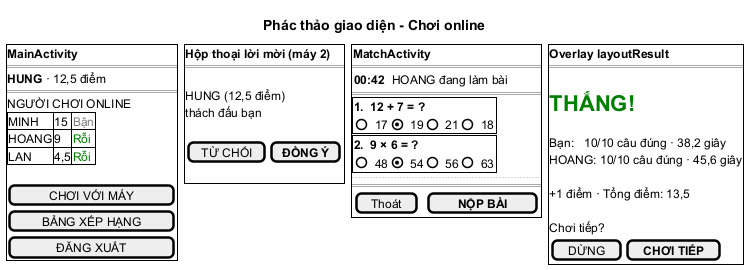
HungNguyenBa1811/math-dash keeps this PlantUML diagram as docs/hung/giao-dien-uc03.png. Above is the earlier version.
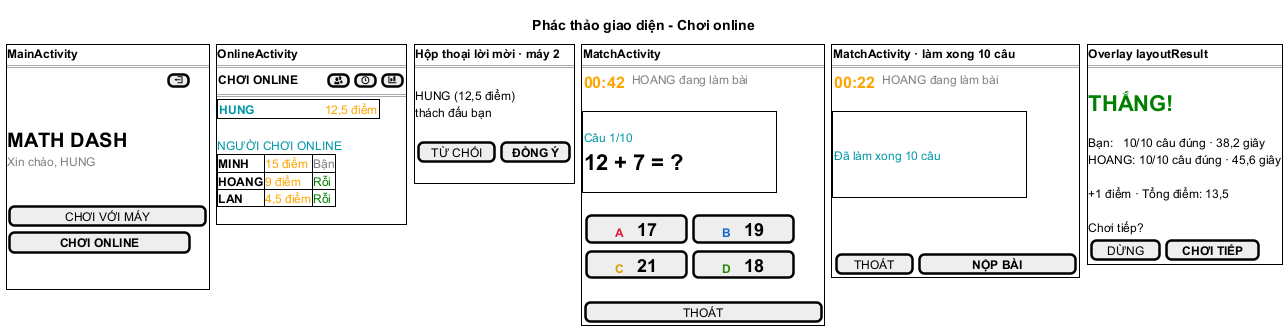
Above is the later version.

Diff of the diagram source:
```diff
@@ -4,20 +4,35 @@
   {+
   <b>MainActivity
   ==
-  <b>HUNG</b> · 12,5 điểm
+  { <color:#FFFFFF>xxxxxxxxxxxxxxxxxxxxxxxxxx</color> | [<&account-logout>] }
+  .
+  .
+  <size:20><b>MATH DASH</b></size>
+  <color:gray>Xin chào, HUNG</color>
+  .
+  .
+  [      CHƠI VỚI MÁY      ]
+  [     <b>CHƠI ONLINE</b>      ]
+  .
+  .
+  } | . | {+
+  <b>OnlineActivity
   ==
-  NGƯỜI CHƠI ONLINE
-  {#
-  MINH | 15 | <color:gray>Bận</color>
-  HOANG | 9 | <color:green>Rỗi</color>
-  LAN | 4,5 | <color:green>Rỗi</color>
+  { <b>CHƠI ONLINE</b> | <color:#FFFFFF>xxxx</color> | [<&people>] | [<&clock>] | [<&bar-chart>] }
+  ==
+  {+
+  { <b><color:#0097A7>HUNG</color></b> | <color:#FFFFFF>xxxxxxxxxxx</color> | <color:orange>12,5 điểm</color> }
   }
   .
-  [    CHƠI VỚI MÁY    ]
-  [    BẢNG XẾP HẠNG   ]
-  [      ĐĂNG XUẤT     ]
+  <color:#0097A7>NGƯỜI CHƠI ONLINE</color>
+  {#
+  <b>MINH</b> | <color:orange>15 điểm</color> | <color:gray>Bận</color>
+  <b>HOANG</b> | <color:orange>9 điểm</color> | <color:green>Rỗi</color>
+  <b>LAN</b> | <color:orange>4,5 điểm</color> | <color:green>Rỗi</color>
+  }
+  .
   } | . | {+
-  <b>Hộp thoại lời mời (máy 2)
+  <b>Hộp thoại lời mời · máy 2
   ==
   .
   HUNG (12,5 điểm)
@@ -28,19 +43,35 @@
   } | . | {+
   <b>MatchActivity
   ==
-  { <b>00:42</b> | . | HOANG đang làm bài }
+  { <size:16><b><color:orange>00:42</color></b></size>  | .        | <color:gray>HOANG đang làm bài</color> }
+  .
+  {+
+  <color:#FFFFFF>xxxxxxxxxxxxxxxxxxxxxxxxxxxxxxxx</color>
+  <color:#0097A7>Câu 1/10</color>
+  <size:22><b>12 + 7 = ?</b></size>
+  .
+  }
+  .
+  { [ <color:#E21B3C><b>A</b></color>    <size:18><b>17</b></size>    ] | [ <color:#1368CE><b>B</b></color>    <size:18><b>19</b></size>    ] }
+  { [ <color:#D89E00><b>C</b></color>    <size:18><b>21</b></size>    ] | [ <color:#26890C><b>D</b></color>    <size:18><b>18</b></size>    ] }
+  .
+  [            THOÁT            ]
+  } | . | {+
+  <b>MatchActivity · làm xong 10 câu
   ==
+  { <size:16><b><color:orange>00:22</color></b></size>  | .        | <color:gray>HOANG đang làm bài</color> }
+  .
   {+
-  <b>1.  12 + 7 = ?
-  { () 17 | (X) 19 | () 21 | () 18 }
+  <color:#FFFFFF>xxxxxxxxxxxxxxxxxxxxxxxxxxxxxxxx</color>
+  .
+  <color:#0097A7>Đã làm xong 10 câu</color>
+  .
+  .
   }
-  {+
-  <b>2.  9 × 6 = ?
-  { () 48 | (X) 54 | () 56 | () 63 }
-  }
-  ...
-  ==
-  { [ Thoát ] | . | [   <b>NỘP BÀI</b>   ] }
+  .
+  .
+  .
+  { [  THOÁT  ] | [      <b>NỘP BÀI</b>      ] }
   } | . | {+
   <b>Overlay layoutResult
   ==
```
